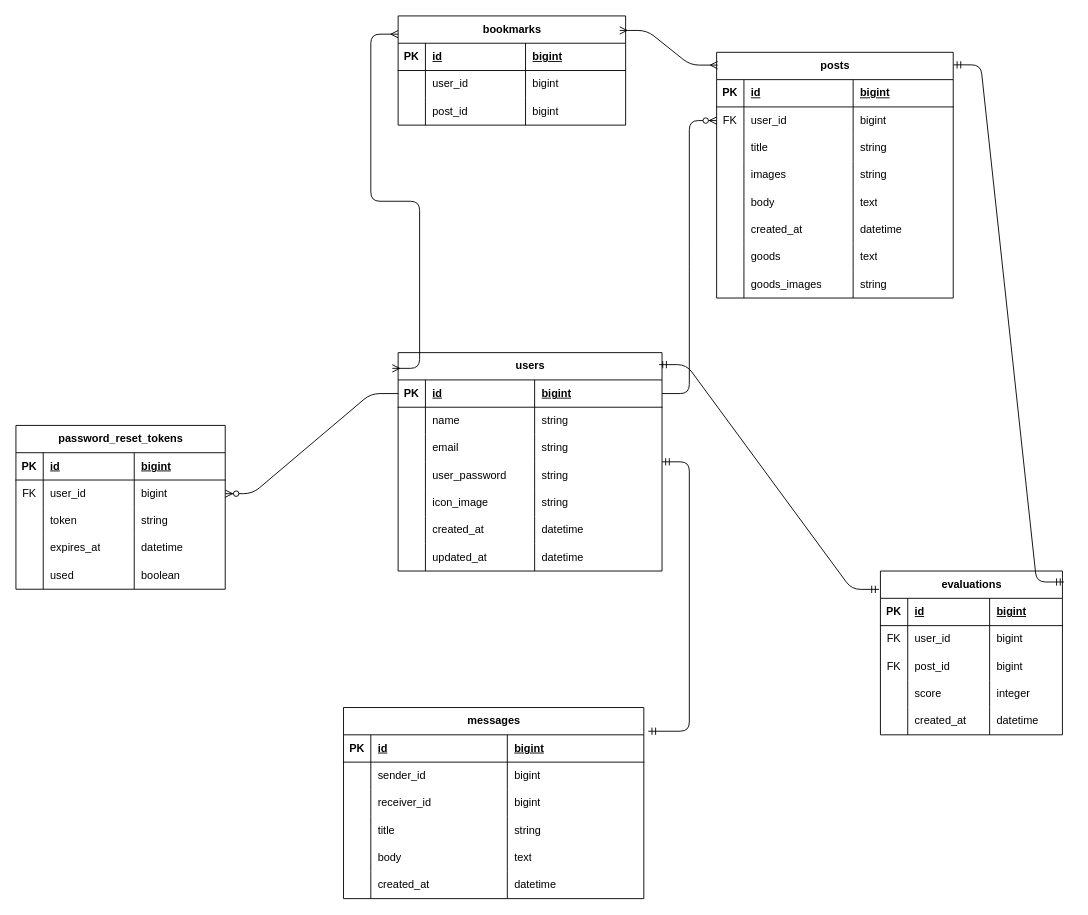
buriki8823/sotuapp keeps this draw.io diagram as ER図.drawio. Above is the earlier version. Source tidied: cells renumbered, new cells numbered last; positions are measured from the earlier drawing's top-left corner, leaving out a move shared by most shapes. Both pictures are drawn from the tidied source at 91%, with x=0, y=0 at pixel (15, 15).
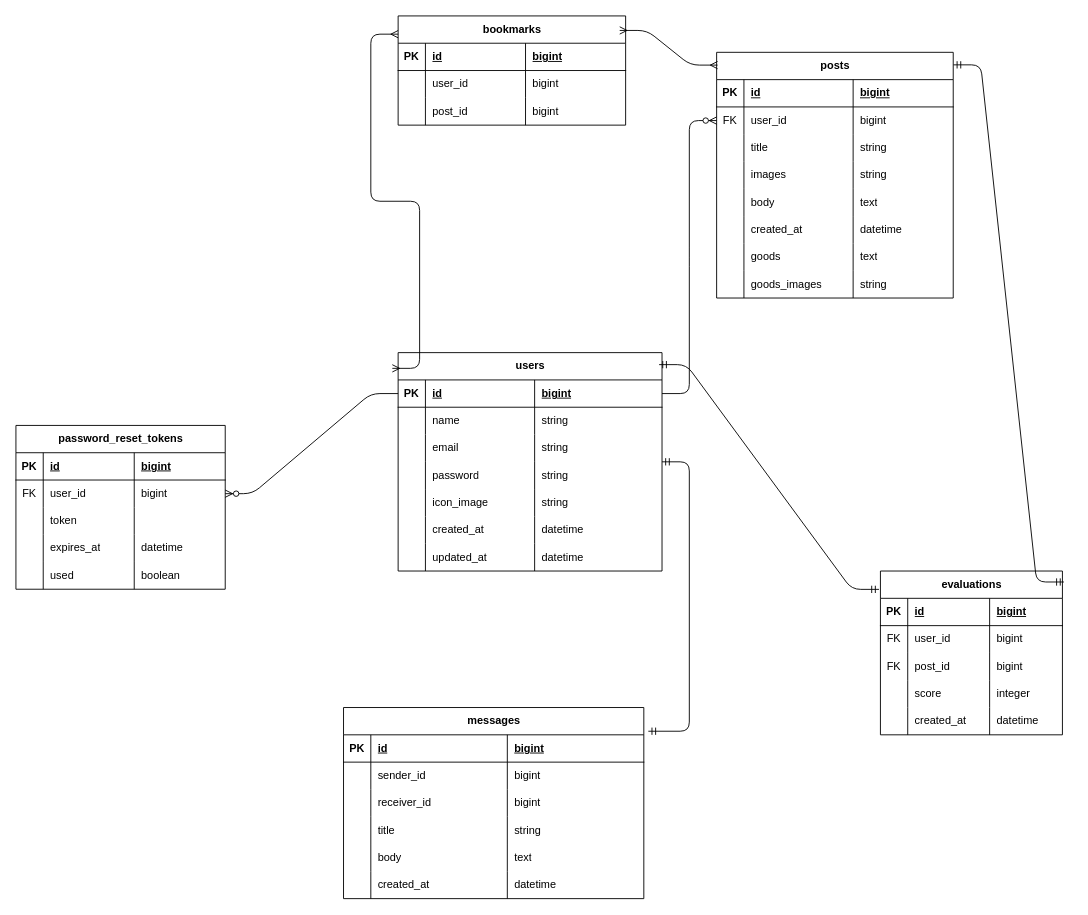
The same diagram, later.

The change refers to these unchanged cells:
```xml
<mxCell id="15" style="shape=tableRow;horizontal=0;startSize=0;swimlaneHead=0;swimlaneBody=0;fillColor=none;top=0;left=0;right=0;bottom=0;" parent="2" vertex="1">
  <mxGeometry y="120" width="290" height="30" as="geometry" />
</mxCell>
<mxCell id="40" style="shape=tableRow;horizontal=0;startSize=0;swimlaneHead=0;swimlaneBody=0;fillColor=none;top=0;left=0;right=0;bottom=0;" parent="31" vertex="1">
  <mxGeometry y="90" width="230" height="30" as="geometry" />
</mxCell>
```

The edit, as a diff of the source:
```diff
@@
-    <mxCell id="17" value="user_password" style="shape=partialRectangle;fillColor=none;top=0;left=0;bottom=0;right=0;align=left;spacingLeft=6;overflow=hidden;whiteSpace=wrap;html=1;" parent="15" vertex="1">
+    <mxCell id="17" value="password" style="shape=partialRectangle;fillColor=none;top=0;left=0;bottom=0;right=0;align=left;spacingLeft=6;overflow=hidden;whiteSpace=wrap;html=1;" parent="15" vertex="1">
       <mxGeometry x="30" width="120" height="30" as="geometry" />
     </mxCell>
@@
-    <mxCell id="43" value="string" style="shape=partialRectangle;fillColor=none;top=0;left=0;bottom=0;right=0;align=left;spacingLeft=6;overflow=hidden;whiteSpace=wrap;html=1;" parent="40" vertex="1">
+    <mxCell id="43" style="shape=partialRectangle;fillColor=none;top=0;left=0;bottom=0;right=0;align=left;spacingLeft=6;overflow=hidden;whiteSpace=wrap;html=1;" parent="40" vertex="1">
       <mxGeometry x="130" width="100" height="30" as="geometry" />
     </mxCell>
```
